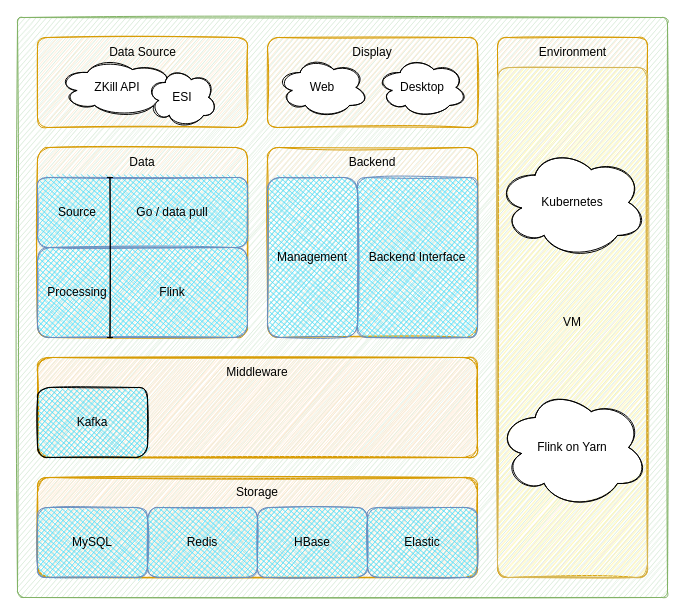
Before: docs/framework.drawio in ormissia/eve-situation-awareness, a draw.io diagram. Source tidied: cells renumbered, new cells numbered last; positions are measured from the earlier drawing's top-left corner, leaving out a move shared by most shapes. Both pictures are drawn from the tidied source at 100%, with x=0, y=0 at pixel (17, 17).
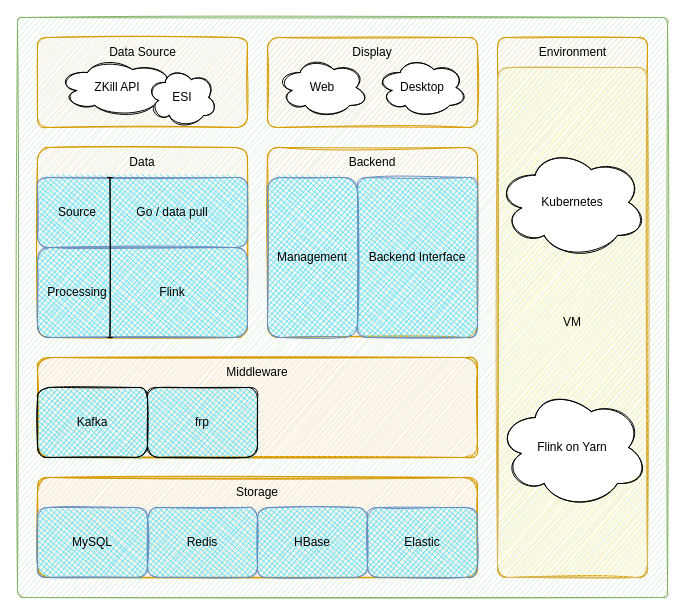
After the change.

The change refers to these unchanged cells:
```xml
<mxCell id="10" style="group;sketch=1;rounded=1;glass=0;fillColor=#ffe6cc;strokeColor=#d79b00;" parent="1" vertex="1">
  <mxGeometry x="20" y="340" width="440" height="100" as="geometry" />
</mxCell>
```

What changed in the source:
```diff
@@
+    <mxCell id="40" value="frp" style="rounded=1;whiteSpace=wrap;html=1;shadow=0;glass=0;sketch=1;arcSize=16;fillColor=#44DDFC;fillStyle=cross-hatch;" parent="10" vertex="1">
+      <mxGeometry x="110" y="30" width="110" height="70" as="geometry" />
+    </mxCell>
```
